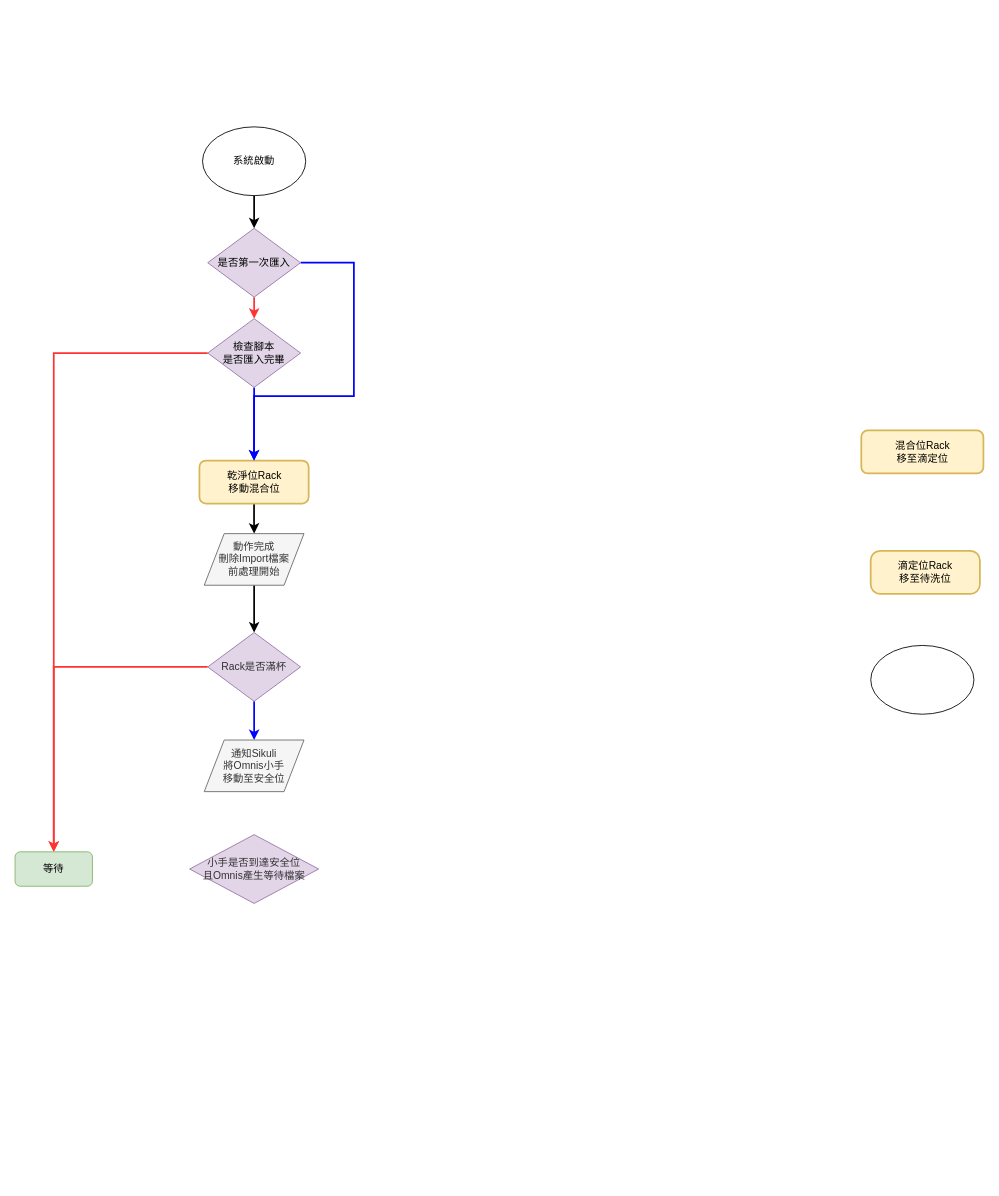
The draw.io diagram 4Arm判斷機制.drawio in s26849/test, before the edit. Source tidied: cells renumbered, new cells numbered last; positions are measured from the earlier drawing's top-left corner, leaving out a move shared by most shapes. Both pictures are drawn from the tidied source at 86%, with x=0, y=0 at pixel (15, 126).
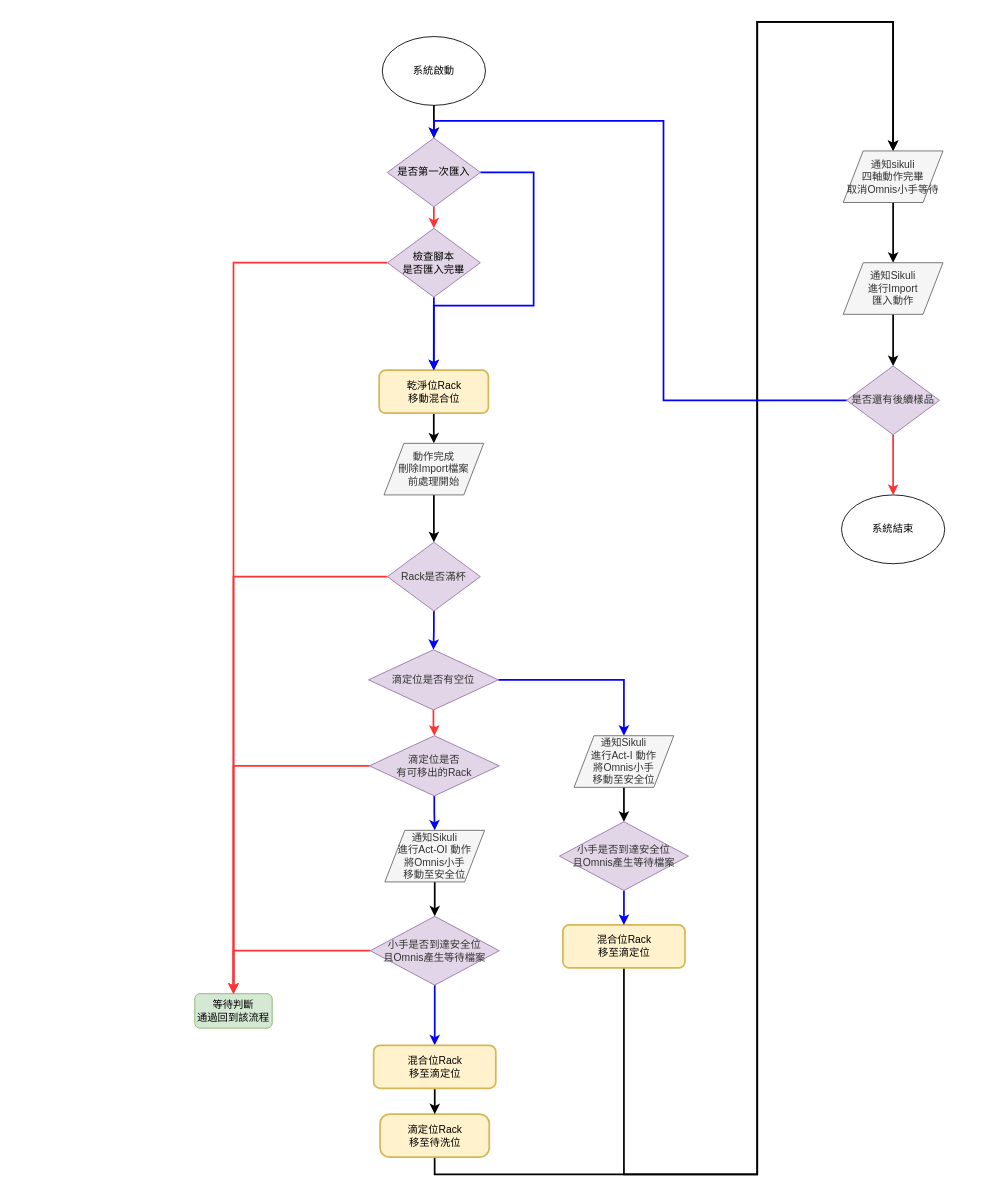
Above is the later version.

Commit message (it also covers changes not shown here):
更新4Arm判斷機制.drawio

Diff of the diagram source:
```diff
@@
     <mxCell id="3" value="乾淨位Rack&lt;br&gt;移動混合位" style="rounded=1;fillColor=#fff2cc;strokeColor=#d6b656;strokeWidth=2;fontFamily=Helvetica;html=1;" parent="1" vertex="1">
-      <mxGeometry x="214.4" y="388" width="127" height="50" as="geometry" />
+      <mxGeometry x="423.4" y="283" width="127" height="50" as="geometry" />
     </mxCell>
+    <mxCell id="23" style="edgeStyle=orthogonalEdgeStyle;rounded=0;jumpSize=10;jettySize=auto;html=1;strokeColor=#000000;strokeWidth=2;entryX=0.5;entryY=0;entryDx=0;entryDy=0;" parent="1" edge="1" source="4" target="41">
+      <mxGeometry relative="1" as="geometry">
+        <Array as="points">
+          <mxPoint x="488" y="1218" />
+          <mxPoint x="863" y="1218" />
+          <mxPoint x="863" y="-122" />
+          <mxPoint x="1021" y="-122" />
+        </Array>
+      </mxGeometry>
+    </mxCell>
     <mxCell id="4" value="滴定位Rack&lt;br&gt;移至待洗位" style="rounded=1;fillColor=#fff2cc;strokeColor=#d6b656;strokeWidth=2;fontFamily=Helvetica;html=1;arcSize=22;" parent="1" vertex="1">
-      <mxGeometry x="994.9" y="493" width="127" height="50" as="geometry" />
+      <mxGeometry x="424.4" y="1148" width="127" height="50" as="geometry" />
     </mxCell>
+    <mxCell id="24" style="edgeStyle=orthogonalEdgeStyle;rounded=0;jumpSize=10;jettySize=auto;html=1;strokeColor=#000000;strokeWidth=2;entryX=0.5;entryY=0;entryDx=0;entryDy=0;" parent="1" edge="1" source="5" target="41">
+      <mxGeometry relative="1" as="geometry">
+        <Array as="points">
+          <mxPoint x="708" y="1218" />
+          <mxPoint x="863" y="1218" />
+          <mxPoint x="863" y="-122" />
+          <mxPoint x="1021" y="-122" />
+        </Array>
+      </mxGeometry>
+    </mxCell>
     <mxCell id="5" value="混合位Rack&lt;br&gt;移至滴定位" style="rounded=1;fillColor=#fff2cc;strokeColor=#d6b656;strokeWidth=2;fontFamily=Helvetica;html=1;" parent="1" vertex="1">
-      <mxGeometry x="984" y="353" width="142" height="50" as="geometry" />
+      <mxGeometry x="637" y="928" width="142" height="50" as="geometry" />
     </mxCell>
@@
     <mxCell id="7" style="edgeStyle=orthogonalEdgeStyle;rounded=0;jettySize=auto;html=1;entryX=0.5;entryY=0;entryDx=0;entryDy=0;strokeColor=#0000FF;jumpSize=10;strokeWidth=2;" parent="1" edge="1" source="8" target="3">
       <mxGeometry relative="1" as="geometry">
         <Array as="points">
-          <mxPoint x="394" y="158" />
-          <mxPoint x="394" y="313" />
-          <mxPoint x="278" y="313" />
+          <mxPoint x="603" y="53" />
+          <mxPoint x="603" y="208" />
+          <mxPoint x="487" y="208" />
         </Array>
       </mxGeometry>
     </mxCell>
     <mxCell id="8" value="是否第一次匯入" style="rhombus;whiteSpace=wrap;html=1;strokeColor=#9673a6;fillColor=#e1d5e7;" parent="1" vertex="1">
-      <mxGeometry x="224" y="118" width="108" height="80" as="geometry" />
+      <mxGeometry x="433" y="13" width="108" height="80" as="geometry" />
     </mxCell>
-    <mxCell id="9" style="ellipse;whiteSpace=wrap;html=1;strokeColor=#000000;fillColor=none;" parent="1" vertex="1">
-      <mxGeometry x="995" y="603" width="120" height="80" as="geometry" />
+    <mxCell id="9" value="系統結束" style="ellipse;whiteSpace=wrap;html=1;strokeColor=#000000;fillColor=none;" parent="1" vertex="1">
+      <mxGeometry x="961" y="428" width="120" height="80" as="geometry" />
     </mxCell>
@@
     <mxCell id="11" value="系統啟動&lt;br&gt;" style="ellipse;whiteSpace=wrap;html=1;strokeColor=#000000;fillColor=none;" parent="1" vertex="1">
-      <mxGeometry x="218" width="120" height="80" as="geometry" />
+      <mxGeometry x="427" y="-105" width="120" height="80" as="geometry" />
     </mxCell>
@@
     <mxCell id="13" value="動作完成&lt;br&gt;刪除Import檔案&lt;br&gt;前處理開始" style="shape=parallelogram;perimeter=parallelogramPerimeter;whiteSpace=wrap;html=1;strokeColor=#666666;fillColor=#f5f5f5;fontColor=#333333;" parent="1" vertex="1">
-      <mxGeometry x="220" y="473" width="116" height="60" as="geometry" />
+      <mxGeometry x="429" y="368" width="116" height="60" as="geometry" />
     </mxCell>
@@
     <mxCell id="16" value="檢查腳本&lt;br&gt;是否匯入完畢" style="rhombus;whiteSpace=wrap;html=1;strokeColor=#9673a6;fillColor=#e1d5e7;" parent="1" vertex="1">
-      <mxGeometry x="224" y="223" width="108" height="80" as="geometry" />
+      <mxGeometry x="433" y="118" width="108" height="80" as="geometry" />
     </mxCell>
-    <mxCell id="17" value="等待" style="rounded=1;whiteSpace=wrap;html=1;strokeColor=#82b366;fillColor=#d5e8d4;" parent="1" vertex="1">
-      <mxGeometry y="843" width="90" height="40" as="geometry" />
+    <mxCell id="17" value="等待判斷&lt;br&gt;通過回到該流程" style="rounded=1;whiteSpace=wrap;html=1;strokeColor=#82b366;fillColor=#d5e8d4;" parent="1" vertex="1">
+      <mxGeometry x="209" y="1008" width="90" height="40" as="geometry" />
     </mxCell>
     <mxCell id="18" style="edgeStyle=orthogonalEdgeStyle;rounded=0;jumpSize=10;jettySize=auto;html=1;entryX=0.5;entryY=0;entryDx=0;entryDy=0;strokeColor=#FF3333;strokeWidth=2;" parent="1" edge="1" source="20" target="17">
       <mxGeometry relative="1" as="geometry">
         <Array as="points">
-          <mxPoint x="45" y="628" />
+          <mxPoint x="254" y="523" />
         </Array>
       </mxGeometry>
     </mxCell>
-    <mxCell id="19" style="edgeStyle=orthogonalEdgeStyle;rounded=0;jumpSize=10;jettySize=auto;html=1;entryX=0.5;entryY=0;entryDx=0;entryDy=0;strokeColor=#0000FF;strokeWidth=2;" parent="1" edge="1" source="20" target="21">
+    <mxCell id="19" style="edgeStyle=orthogonalEdgeStyle;rounded=0;jumpSize=10;jettySize=auto;html=1;strokeColor=#0000FF;strokeWidth=2;entryX=0.5;entryY=0;entryDx=0;entryDy=0;" parent="1" edge="1" source="20" target="30">
       <mxGeometry relative="1" as="geometry" />
     </mxCell>
     <mxCell id="20" value="&lt;span style=&quot;color: rgb(51 , 51 , 51)&quot;&gt;Rack是否滿杯&lt;/span&gt;" style="rhombus;whiteSpace=wrap;html=1;strokeColor=#9673a6;fillColor=#e1d5e7;" parent="1" vertex="1">
-      <mxGeometry x="224" y="588" width="108" height="80" as="geometry" />
+      <mxGeometry x="433" y="483" width="108" height="80" as="geometry" />
     </mxCell>
+    <mxCell id="25" style="edgeStyle=orthogonalEdgeStyle;rounded=0;jumpSize=10;jettySize=auto;html=1;entryX=0.5;entryY=0;entryDx=0;entryDy=0;strokeColor=#000000;strokeWidth=2;" parent="1" edge="1" source="21" target="22">
+      <mxGeometry relative="1" as="geometry" />
+    </mxCell>
-    <mxCell id="21" value="通知Sikuli&lt;br&gt;將Omnis小手&lt;br&gt;移動至安全位" style="shape=parallelogram;perimeter=parallelogramPerimeter;whiteSpace=wrap;html=1;strokeColor=#666666;fillColor=#f5f5f5;fontColor=#333333;" parent="1" vertex="1">
-      <mxGeometry x="220" y="713" width="116" height="60" as="geometry" />
+    <mxCell id="21" value="通知Sikuli&lt;br&gt;進行Act-OI 動作&lt;br&gt;將Omnis小手&lt;br&gt;移動至安全位" style="shape=parallelogram;perimeter=parallelogramPerimeter;whiteSpace=wrap;html=1;strokeColor=#666666;fillColor=#f5f5f5;fontColor=#333333;" parent="1" vertex="1">
+      <mxGeometry x="430" y="818" width="116" height="60" as="geometry" />
     </mxCell>
+    <mxCell id="26" style="edgeStyle=orthogonalEdgeStyle;rounded=0;jumpSize=10;jettySize=auto;html=1;entryX=0.5;entryY=0;entryDx=0;entryDy=0;strokeColor=#FF3333;strokeWidth=2;" parent="1" edge="1" source="22" target="17">
+      <mxGeometry relative="1" as="geometry" />
+    </mxCell>
+    <mxCell id="27" style="edgeStyle=orthogonalEdgeStyle;rounded=0;jumpSize=10;jettySize=auto;html=1;entryX=0.5;entryY=0;entryDx=0;entryDy=0;strokeColor=#0000FF;strokeWidth=2;" parent="1" edge="1" source="22" target="39">
+      <mxGeometry relative="1" as="geometry" />
+    </mxCell>
     <mxCell id="22" value="&lt;font color=&quot;#333333&quot;&gt;小手是否到達安全位&lt;br&gt;且Omnis產生等待檔案&lt;br&gt;&lt;/font&gt;" style="rhombus;whiteSpace=wrap;html=1;strokeColor=#9673a6;fillColor=#e1d5e7;" parent="1" vertex="1">
-      <mxGeometry x="203" y="823" width="150" height="80" as="geometry" />
+      <mxGeometry x="413" y="918" width="150" height="80" as="geometry" />
     </mxCell>
+    <mxCell id="28" style="edgeStyle=orthogonalEdgeStyle;rounded=0;jumpSize=10;jettySize=auto;html=1;strokeColor=#FF3333;strokeWidth=2;entryX=0.5;entryY=0;entryDx=0;entryDy=0;" parent="1" edge="1" source="30" target="33">
+      <mxGeometry relative="1" as="geometry" />
+    </mxCell>
+    <mxCell id="29" style="edgeStyle=orthogonalEdgeStyle;rounded=0;jumpSize=10;jettySize=auto;html=1;entryX=0.5;entryY=0;entryDx=0;entryDy=0;strokeColor=#0000FF;strokeWidth=2;" parent="1" edge="1" source="30" target="35">
+      <mxGeometry relative="1" as="geometry" />
+    </mxCell>
+    <mxCell id="30" value="&lt;font color=&quot;#333333&quot;&gt;滴定位是否有空位&lt;br&gt;&lt;/font&gt;" style="rhombus;whiteSpace=wrap;html=1;strokeColor=#9673a6;fillColor=#e1d5e7;" parent="1" vertex="1">
+      <mxGeometry x="411" y="608" width="151" height="70" as="geometry" />
+    </mxCell>
+    <mxCell id="31" style="edgeStyle=orthogonalEdgeStyle;rounded=0;jumpSize=10;jettySize=auto;html=1;entryX=0.5;entryY=0;entryDx=0;entryDy=0;strokeColor=#FF3333;strokeWidth=2;" parent="1" edge="1" source="33" target="17">
+      <mxGeometry relative="1" as="geometry" />
+    </mxCell>
+    <mxCell id="32" style="edgeStyle=orthogonalEdgeStyle;rounded=0;jumpSize=10;jettySize=auto;html=1;entryX=0.5;entryY=0;entryDx=0;entryDy=0;strokeColor=#0000FF;strokeWidth=2;" parent="1" edge="1" source="33" target="21">
+      <mxGeometry relative="1" as="geometry" />
+    </mxCell>
+    <mxCell id="33" value="&lt;font color=&quot;#333333&quot;&gt;滴定位是否&lt;br&gt;有可移出的Rack&lt;br&gt;&lt;/font&gt;" style="rhombus;whiteSpace=wrap;html=1;strokeColor=#9673a6;fillColor=#e1d5e7;" parent="1" vertex="1">
+      <mxGeometry x="412" y="708" width="151" height="70" as="geometry" />
+    </mxCell>
+    <mxCell id="34" style="edgeStyle=orthogonalEdgeStyle;rounded=0;jumpSize=10;jettySize=auto;html=1;entryX=0.5;entryY=0;entryDx=0;entryDy=0;strokeColor=#000000;strokeWidth=2;" parent="1" edge="1" source="35" target="37">
+      <mxGeometry relative="1" as="geometry" />
+    </mxCell>
+    <mxCell id="35" value="通知Sikuli&lt;br&gt;進行Act-I 動作&lt;br&gt;將Omnis小手&lt;br&gt;移動至安全位" style="shape=parallelogram;perimeter=parallelogramPerimeter;whiteSpace=wrap;html=1;strokeColor=#666666;fillColor=#f5f5f5;fontColor=#333333;" parent="1" vertex="1">
+      <mxGeometry x="650" y="708" width="116" height="60" as="geometry" />
+    </mxCell>
+    <mxCell id="36" style="edgeStyle=orthogonalEdgeStyle;rounded=0;jumpSize=10;jettySize=auto;html=1;entryX=0.5;entryY=0;entryDx=0;entryDy=0;strokeColor=#0000FF;strokeWidth=2;" parent="1" edge="1" source="37" target="5">
+      <mxGeometry relative="1" as="geometry" />
+    </mxCell>
+    <mxCell id="37" value="&lt;font color=&quot;#333333&quot;&gt;小手是否到達安全位&lt;br&gt;且Omnis產生等待檔案&lt;br&gt;&lt;/font&gt;" style="rhombus;whiteSpace=wrap;html=1;strokeColor=#9673a6;fillColor=#e1d5e7;" parent="1" vertex="1">
+      <mxGeometry x="633" y="808" width="150" height="80" as="geometry" />
+    </mxCell>
+    <mxCell id="38" style="edgeStyle=orthogonalEdgeStyle;rounded=0;jumpSize=10;jettySize=auto;html=1;entryX=0.5;entryY=0;entryDx=0;entryDy=0;strokeColor=#000000;strokeWidth=2;" parent="1" edge="1" source="39" target="4">
+      <mxGeometry relative="1" as="geometry" />
+    </mxCell>
+    <mxCell id="39" value="混合位Rack&lt;br&gt;移至滴定位" style="rounded=1;fillColor=#fff2cc;strokeColor=#d6b656;strokeWidth=2;fontFamily=Helvetica;html=1;" parent="1" vertex="1">
+      <mxGeometry x="417" y="1068" width="142" height="50" as="geometry" />
+    </mxCell>
+    <mxCell id="40" style="edgeStyle=orthogonalEdgeStyle;rounded=0;jumpSize=10;jettySize=auto;html=1;strokeColor=#000000;strokeWidth=2;" parent="1" edge="1" source="41" target="43">
+      <mxGeometry relative="1" as="geometry" />
+    </mxCell>
+    <mxCell id="41" value="通知sikuli&lt;br&gt;四軸動作完畢&lt;br&gt;取消Omnis小手等待" style="shape=parallelogram;perimeter=parallelogramPerimeter;whiteSpace=wrap;html=1;strokeColor=#666666;fillColor=#f5f5f5;fontColor=#333333;" parent="1" vertex="1">
+      <mxGeometry x="963" y="28" width="116" height="60" as="geometry" />
+    </mxCell>
+    <mxCell id="42" style="edgeStyle=orthogonalEdgeStyle;rounded=0;jumpSize=10;jettySize=auto;html=1;strokeColor=#000000;strokeWidth=2;" parent="1" edge="1" source="43" target="46">
+      <mxGeometry relative="1" as="geometry" />
+    </mxCell>
+    <mxCell id="43" value="通知Sikuli&lt;br&gt;進行Import&lt;br&gt;匯入動作" style="shape=parallelogram;perimeter=parallelogramPerimeter;whiteSpace=wrap;html=1;strokeColor=#666666;fillColor=#f5f5f5;fontColor=#333333;" parent="1" vertex="1">
+      <mxGeometry x="963" y="158" width="116" height="60" as="geometry" />
+    </mxCell>
+    <mxCell id="44" style="edgeStyle=orthogonalEdgeStyle;rounded=0;jumpSize=10;jettySize=auto;html=1;entryX=0.5;entryY=0;entryDx=0;entryDy=0;strokeColor=#0000FF;strokeWidth=2;" parent="1" edge="1" source="46" target="8">
+      <mxGeometry relative="1" as="geometry" />
+    </mxCell>
+    <mxCell id="45" style="edgeStyle=orthogonalEdgeStyle;rounded=0;jumpSize=10;jettySize=auto;html=1;entryX=0.5;entryY=0;entryDx=0;entryDy=0;strokeColor=#FF3333;strokeWidth=2;" parent="1" edge="1" source="46" target="9">
+      <mxGeometry relative="1" as="geometry" />
+    </mxCell>
+    <mxCell id="46" value="&lt;font color=&quot;#333333&quot;&gt;是否還有後續樣品&lt;/font&gt;" style="rhombus;whiteSpace=wrap;html=1;strokeColor=#9673a6;fillColor=#e1d5e7;" parent="1" vertex="1">
+      <mxGeometry x="967" y="278" width="108" height="80" as="geometry" />
+    </mxCell>
```
